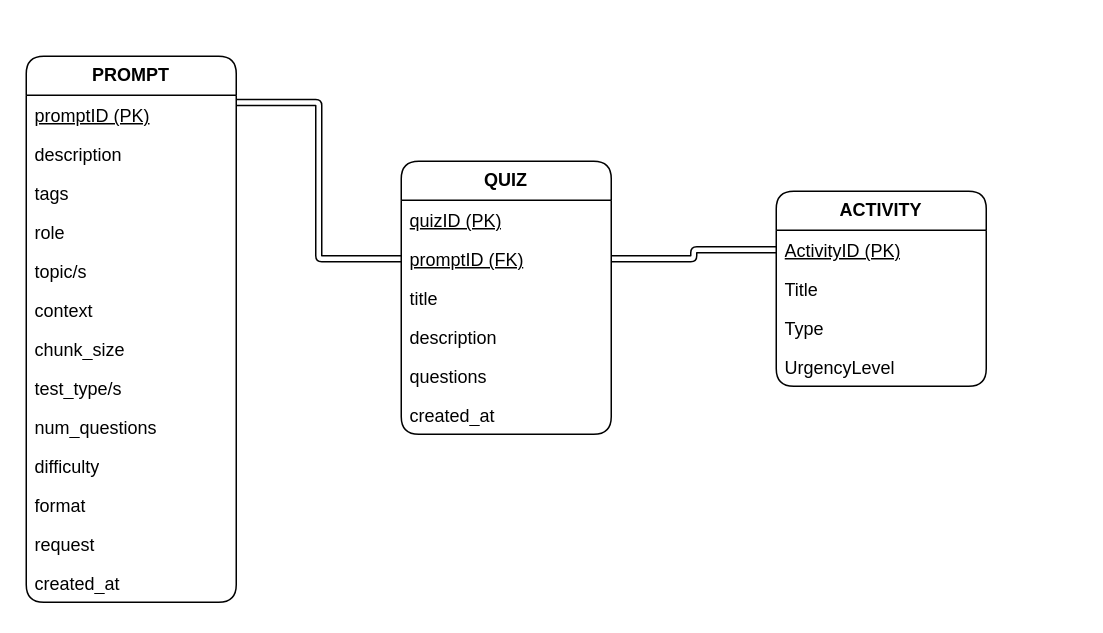
John-Patrick-Narvasa/Quiz-Chained-it keeps this draw.io diagram as sketches/ERD.drawio. Above is the earlier version. Source tidied: cells renumbered, new cells numbered last; positions are measured from the earlier drawing's top-left corner, leaving out a move shared by most shapes. Both pictures are drawn from the tidied source at 150%, with x=0, y=0 at pixel (26, 56).
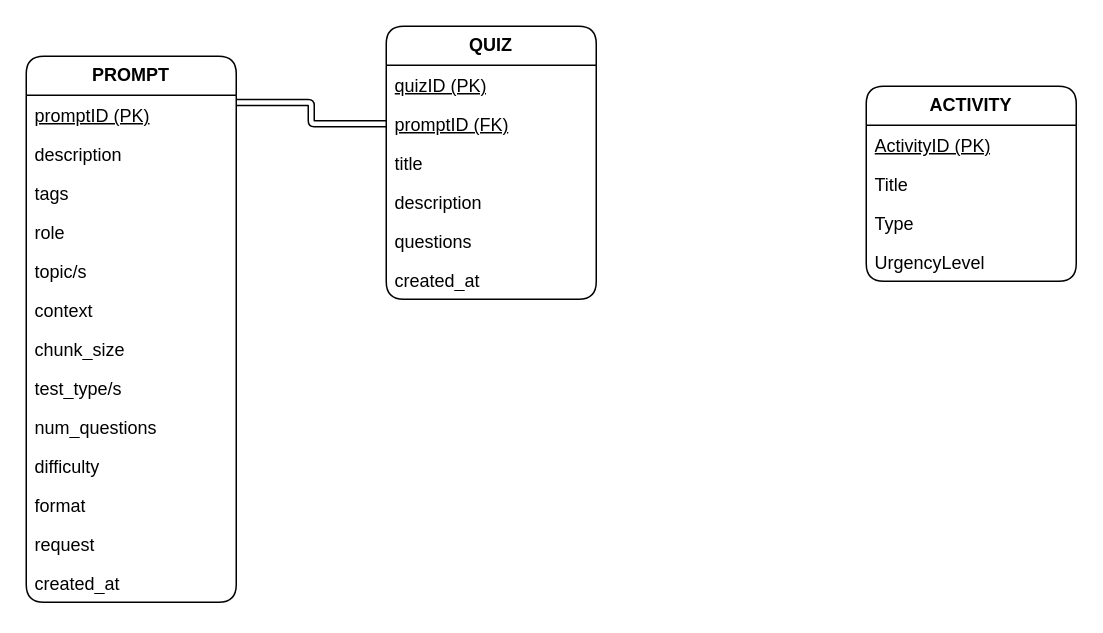
Above is the later version.

The change refers to these unchanged cells:
```xml
<mxCell id="3" value="&lt;u&gt;ActivityID (PK)&lt;/u&gt;" style="text;strokeColor=none;fillColor=none;align=left;verticalAlign=top;spacingLeft=4;spacingRight=4;overflow=hidden;points=[[0,0.5],[1,0.5]];portConstraint=eastwest;whiteSpace=wrap;html=1;rounded=1;swimlaneLine=1;glass=0;shadow=0;" parent="2" vertex="1">
  <mxGeometry y="26" width="140" height="26" as="geometry" />
</mxCell>
<mxCell id="9" value="promptID (FK)" style="text;strokeColor=none;fillColor=none;align=left;verticalAlign=top;spacingLeft=4;spacingRight=4;overflow=hidden;points=[[0,0.5],[1,0.5]];portConstraint=eastwest;whiteSpace=wrap;html=1;rounded=1;swimlaneLine=1;glass=0;shadow=0;fontStyle=4;" parent="7" vertex="1">
  <mxGeometry y="52" width="140" height="26" as="geometry" />
</mxCell>
```

Diff of the diagram source:
```diff
@@
     <mxCell id="2" value="&lt;b&gt;ACTIVITY&lt;/b&gt;" style="swimlane;fontStyle=0;horizontal=1;startSize=26;fillColor=none;whiteSpace=wrap;html=1;rounded=1;swimlaneLine=1;glass=0;shadow=0;" parent="1" vertex="1">
-      <mxGeometry x="500" y="90" width="140" height="130" as="geometry" />
+      <mxGeometry x="560" y="20" width="140" height="130" as="geometry" />
     </mxCell>
@@
     <mxCell id="7" value="&lt;b&gt;QUIZ&lt;/b&gt;" style="swimlane;fontStyle=0;horizontal=1;startSize=26;fillColor=none;whiteSpace=wrap;html=1;rounded=1;swimlaneLine=1;glass=0;shadow=0;" parent="1" vertex="1">
-      <mxGeometry x="250" y="70" width="140" height="182" as="geometry" />
+      <mxGeometry x="240" y="-20" width="140" height="182" as="geometry" />
     </mxCell>
@@
-    <mxCell id="28" style="edgeStyle=orthogonalEdgeStyle;html=1;entryX=1;entryY=0.5;entryDx=0;entryDy=0;shape=link;" parent="1" edge="1" source="3" target="9">
-      <mxGeometry relative="1" as="geometry" />
-    </mxCell>
```
